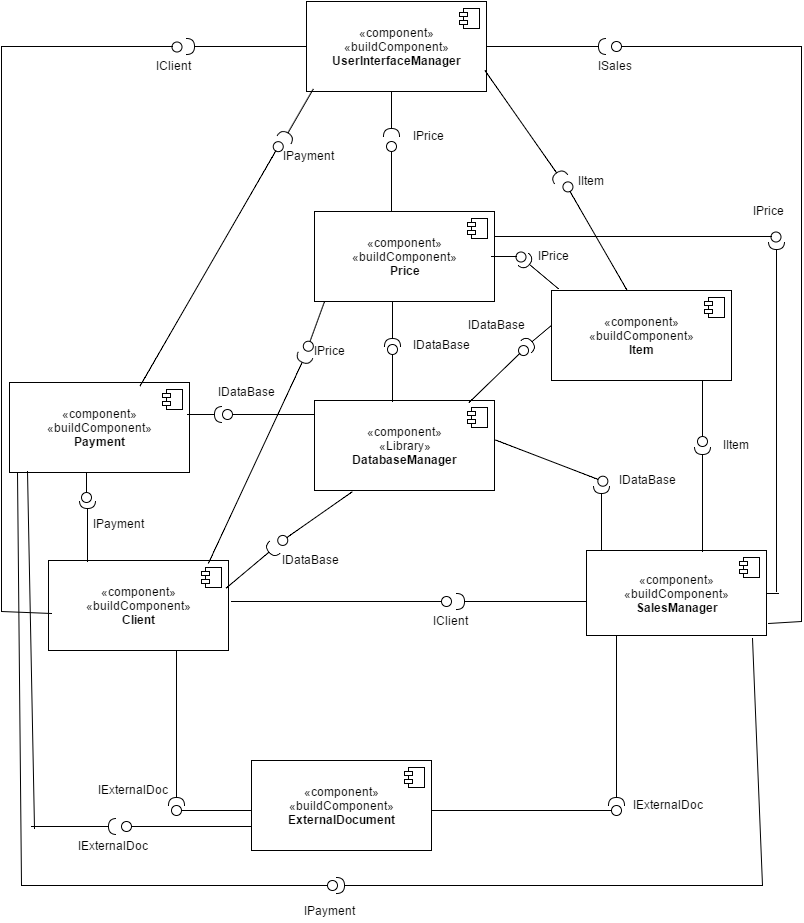
The draw.io diagram Component_Diagram.png in bobyfil/PTS_CourseProject, before a commit. Source tidied: cells renumbered, new cells last; positions are measured from the earlier drawing's top-left corner, leaving out a move shared by most shapes.
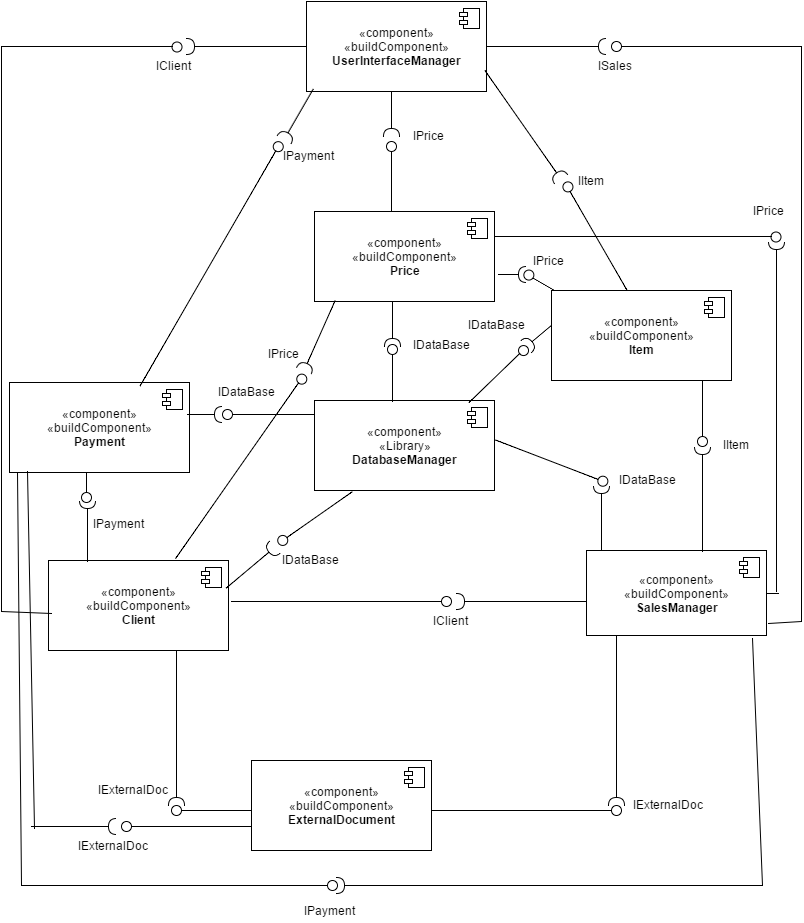
The same file after the commit.

Commit message:
Component Diagram v3

Diff of the diagram source:
```diff
@@ -199,26 +199,26 @@
         <mxPoint x="26" y="470" as="targetPoint" />
       </mxGeometry>
     </mxCell>
-    <mxCell id="61" style="shape=lollipop;direction=south;html=1;" parent="1" vertex="1">
-      <mxGeometry x="490" y="250" width="35" height="10" as="geometry" />
+    <mxCell id="61" style="shape=lollipop;direction=north;html=1;rotation=30;" parent="1" vertex="1">
+      <mxGeometry x="520" y="275" width="35" height="10" as="geometry" />
     </mxCell>
-    <mxCell id="62" style="shape=requires;direction=north;html=1;rotation=40;" parent="1" vertex="1">
-      <mxGeometry x="512" y="261" width="51" height="20" as="geometry" />
+    <mxCell id="62" style="shape=requires;direction=north;html=1;rotation=180;" parent="1" vertex="1">
+      <mxGeometry x="497" y="263" width="33" height="20" as="geometry" />
     </mxCell>
     <mxCell id="63" style="shape=lollipop;direction=north;html=1;rotation=60;" parent="1" vertex="1">
       <mxGeometry x="532" y="226" width="125" height="18" as="geometry" />
     </mxCell>
     <mxCell id="64" value="IPrice" style="text;html=1;align=left;verticalAlign=top;spacingTop=-4;" parent="1" vertex="1">
-      <mxGeometry x="535" y="245" width="50" height="20" as="geometry" />
+      <mxGeometry x="530" y="250" width="50" height="20" as="geometry" />
     </mxCell>
-    <mxCell id="65" style="shape=lollipop;direction=south;html=1;rotation=110;" parent="1" vertex="1">
-      <mxGeometry x="288" y="320" width="52" height="10" as="geometry" />
+    <mxCell id="65" style="shape=lollipop;direction=north;html=1;rotation=125;" parent="1" vertex="1">
+      <mxGeometry x="126" y="460" width="225" height="10" as="geometry" />
     </mxCell>
-    <mxCell id="66" style="shape=requires;direction=north;html=1;rotation=115;" parent="1" vertex="1">
-      <mxGeometry x="139" y="444" width="235" height="23" as="geometry" />
+    <mxCell id="66" style="shape=requires;direction=south;html=1;rotation=114;" parent="1" vertex="1">
+      <mxGeometry x="276" y="325" width="82" height="23" as="geometry" />
     </mxCell>
     <mxCell id="67" value="IPrice" style="text;html=1;align=left;verticalAlign=top;spacingTop=-4;" parent="1" vertex="1">
-      <mxGeometry x="311" y="340" width="50" height="20" as="geometry" />
+      <mxGeometry x="265" y="343" width="50" height="20" as="geometry" />
     </mxCell>
     <mxCell id="68" style="shape=lollipop;direction=east;html=1;" parent="1" vertex="1">
       <mxGeometry x="385" y="140" width="10" height="70" as="geometry" />
```
